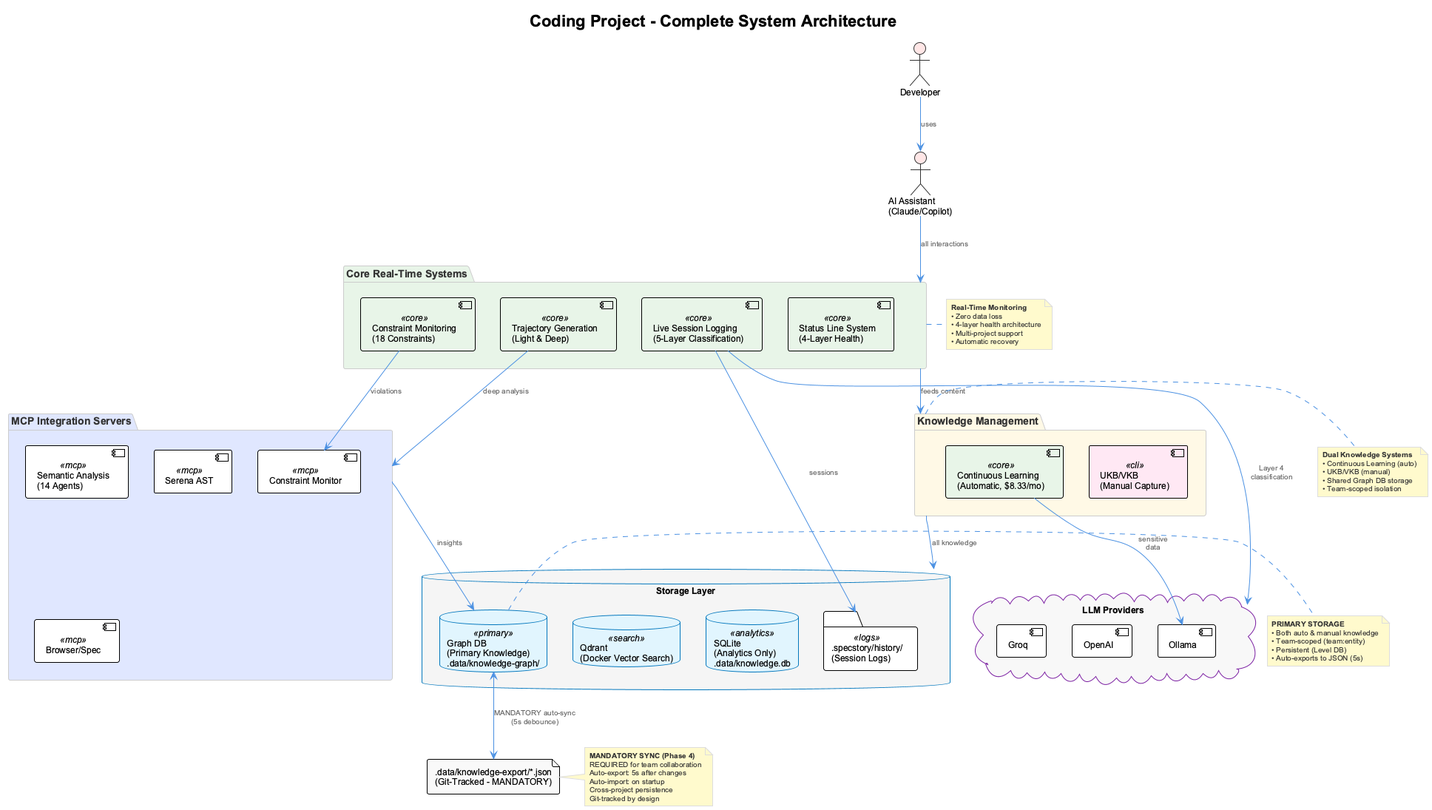
Earlier version of the PlantUML export docs-content/images/complete-system-overview.png (fwornle/coding).
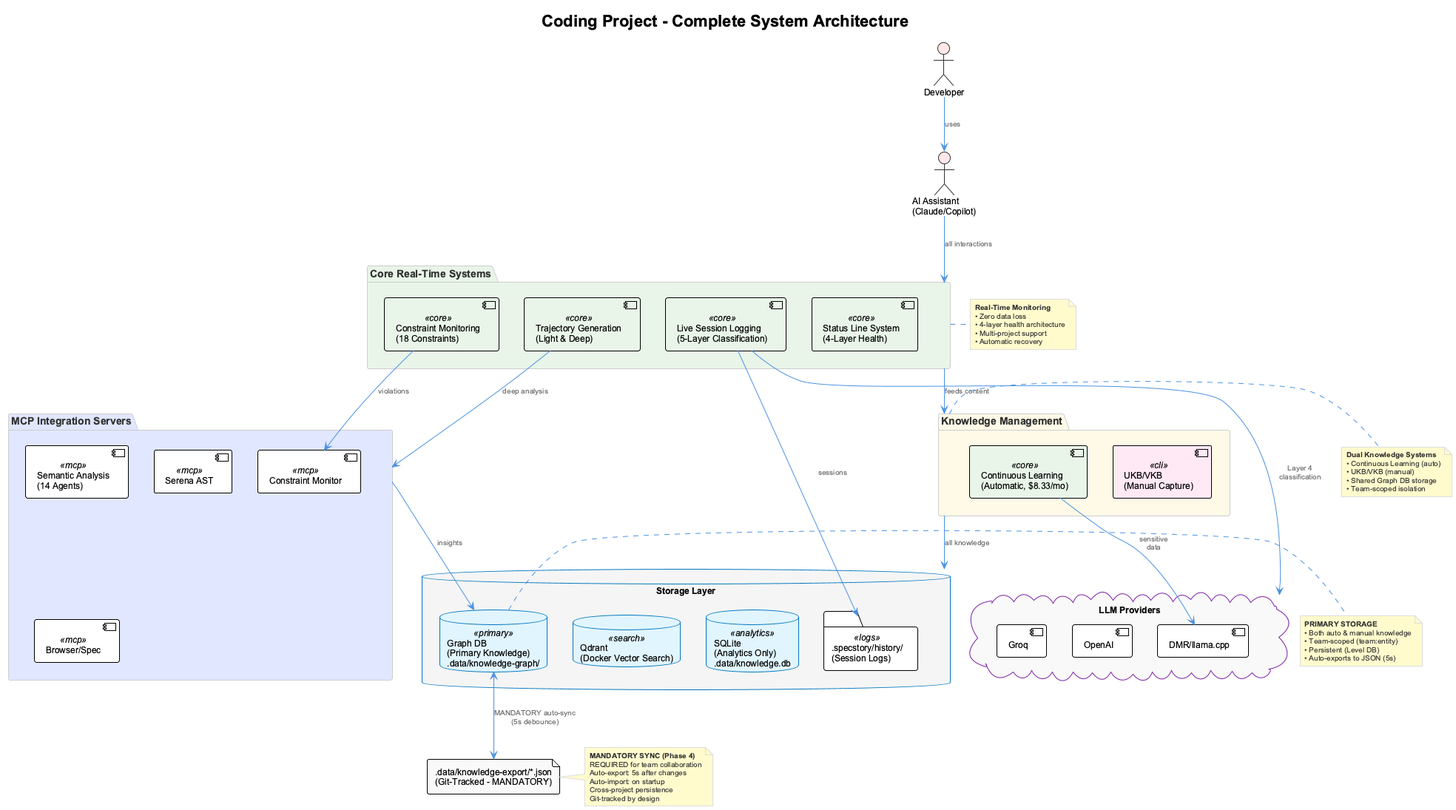
After the change.

The edit, as a diff of the source:
```diff
@@ -29,11 +29,11 @@
 cloud "LLM Providers" as llm_providers #F8F8F8 {
   [Groq] as groq
   [OpenAI] as openai
-  [Ollama] as ollama
+  [DMR/llama.cpp] as localllm
 }
 
 lsl -down-> llm_providers : Layer 4\nclassification
-learning -down-> ollama : sensitive\ndata
+learning -down-> localllm : sensitive\ndata
 
 package "MCP Integration Servers" as mcp #E0E7FF {
   [Semantic Analysis\n(14 Agents)] as semantic <<mcp>>
```
